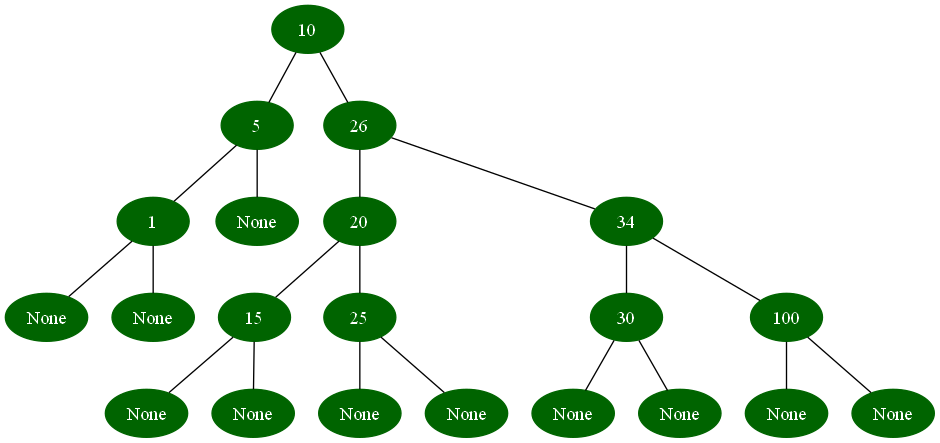
Earlier version of the Graphviz export avl.png (UofA522/Project2). Its source is kept beside it as avl.dot. Source of this version:
```dot
graph {
	 0 [label="10", color=darkgreen, style=filled, fontcolor=white];
	 1 [label="5", color=darkgreen, style=filled, fontcolor=white];
	 2 [label="1", color=darkgreen, style=filled, fontcolor=white];
	 3 [label="None", color=darkgreen, style=filled, fontcolor=white];
	 4 [label="None", color=darkgreen, style=filled, fontcolor=white];
	 5 [label="None", color=darkgreen, style=filled, fontcolor=white];
	 6 [label="26", color=darkgreen, style=filled, fontcolor=white];
	 7 [label="20", color=darkgreen, style=filled, fontcolor=white];
	 8 [label="15", color=darkgreen, style=filled, fontcolor=white];
	 9 [label="None", color=darkgreen, style=filled, fontcolor=white];
	 10 [label="None", color=darkgreen, style=filled, fontcolor=white];
	 11 [label="25", color=darkgreen, style=filled, fontcolor=white];
	 12 [label="None", color=darkgreen, style=filled, fontcolor=white];
	 13 [label="None", color=darkgreen, style=filled, fontcolor=white];
	 14 [label="34", color=darkgreen, style=filled, fontcolor=white];
	 15 [label="30", color=darkgreen, style=filled, fontcolor=white];
	 16 [label="None", color=darkgreen, style=filled, fontcolor=white];
	 17 [label="None", color=darkgreen, style=filled, fontcolor=white];
	 18 [label="100", color=darkgreen, style=filled, fontcolor=white];
	 19 [label="None", color=darkgreen, style=filled, fontcolor=white];
	 20 [label="None", color=darkgreen, style=filled, fontcolor=white];
	 0 -- 1;
	 1 -- 2;
	 2 -- 3;
	 2 -- 4;
	 1 -- 5;
	 0 -- 6;
	 6 -- 7;
	 7 -- 8;
	 8 -- 9;
	 8 -- 10;
	 7 -- 11;
	 11 -- 12;
	 11 -- 13;
	 6 -- 14;
	 14 -- 15;
	 15 -- 16;
	 15 -- 17;
	 14 -- 18;
	 18 -- 19;
	 18 -- 20;
}
```
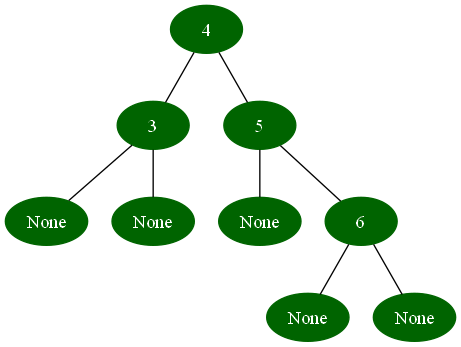
After the commit.

Change to the diagram source:
```diff
@@ -1,43 +1,19 @@
 graph {
-	 0 [label="10", color=darkgreen, style=filled, fontcolor=white];
-	 1 [label="5", color=darkgreen, style=filled, fontcolor=white];
-	 2 [label="1", color=darkgreen, style=filled, fontcolor=white];
+	 0 [label="4", color=darkgreen, style=filled, fontcolor=white];
+	 1 [label="3", color=darkgreen, style=filled, fontcolor=white];
+	 2 [label="None", color=darkgreen, style=filled, fontcolor=white];
 	 3 [label="None", color=darkgreen, style=filled, fontcolor=white];
-	 4 [label="None", color=darkgreen, style=filled, fontcolor=white];
+	 4 [label="5", color=darkgreen, style=filled, fontcolor=white];
 	 5 [label="None", color=darkgreen, style=filled, fontcolor=white];
-	 6 [label="26", color=darkgreen, style=filled, fontcolor=white];
-	 7 [label="20", color=darkgreen, style=filled, fontcolor=white];
-	 8 [label="15", color=darkgreen, style=filled, fontcolor=white];
-	 9 [label="None", color=darkgreen, style=filled, fontcolor=white];
-	 10 [label="None", color=darkgreen, style=filled, fontcolor=white];
-	 11 [label="25", color=darkgreen, style=filled, fontcolor=white];
-	 12 [label="None", color=darkgreen, style=filled, fontcolor=white];
-	 13 [label="None", color=darkgreen, style=filled, fontcolor=white];
-	 14 [label="34", color=darkgreen, style=filled, fontcolor=white];
-	 15 [label="30", color=darkgreen, style=filled, fontcolor=white];
-	 16 [label="None", color=darkgreen, style=filled, fontcolor=white];
-	 17 [label="None", color=darkgreen, style=filled, fontcolor=white];
-	 18 [label="100", color=darkgreen, style=filled, fontcolor=white];
-	 19 [label="None", color=darkgreen, style=filled, fontcolor=white];
-	 20 [label="None", color=darkgreen, style=filled, fontcolor=white];
+	 6 [label="6", color=darkgreen, style=filled, fontcolor=white];
+	 7 [label="None", color=darkgreen, style=filled, fontcolor=white];
+	 8 [label="None", color=darkgreen, style=filled, fontcolor=white];
 	 0 -- 1;
 	 1 -- 2;
-	 2 -- 3;
-	 2 -- 4;
-	 1 -- 5;
-	 0 -- 6;
+	 1 -- 3;
+	 0 -- 4;
+	 4 -- 5;
+	 4 -- 6;
 	 6 -- 7;
-	 7 -- 8;
-	 8 -- 9;
-	 8 -- 10;
-	 7 -- 11;
-	 11 -- 12;
-	 11 -- 13;
-	 6 -- 14;
-	 14 -- 15;
-	 15 -- 16;
-	 15 -- 17;
-	 14 -- 18;
-	 18 -- 19;
-	 18 -- 20;
+	 6 -- 8;
 }
```
